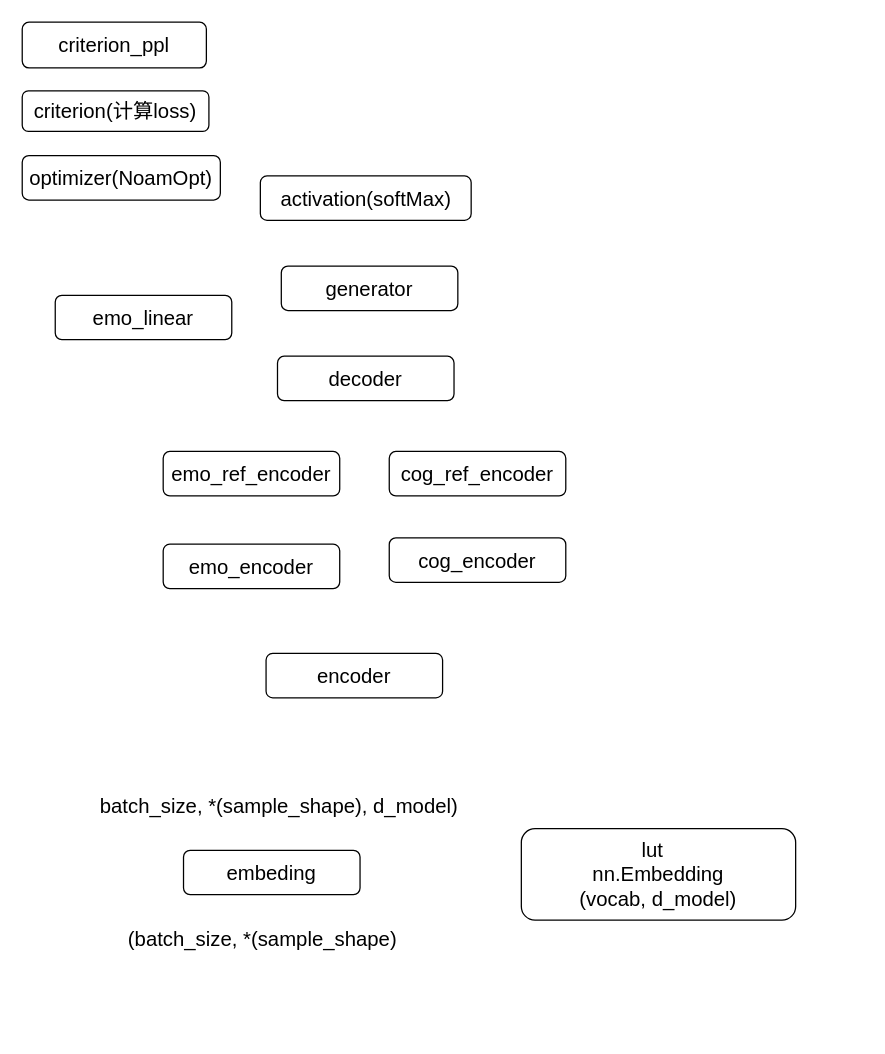
Earlier version of the draw.io diagram CEM.drawio (ShizhongP/dl-notes). Source tidied: cells renumbered, new cells numbered last; positions are measured from the earlier drawing's top-left corner, leaving out a move shared by most shapes. Both pictures are drawn from the tidied source at 127%, with x=0, y=0 at pixel (22, 22).
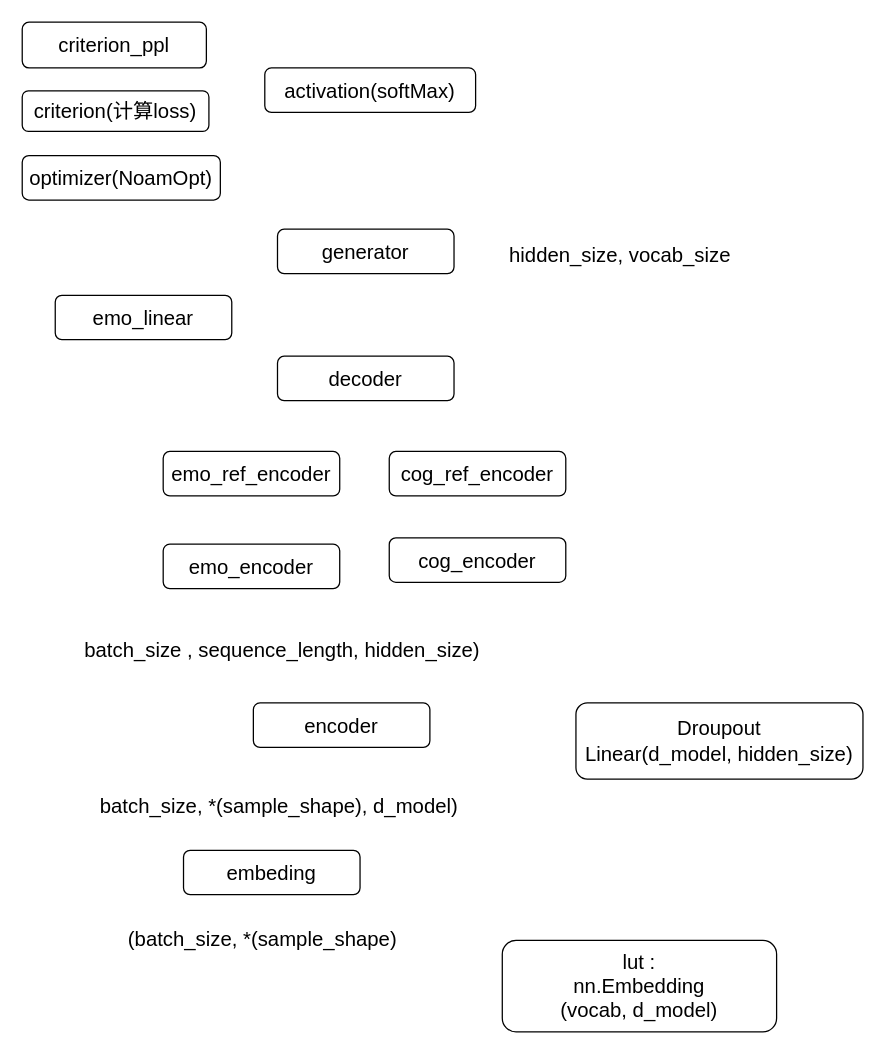
The same page after the edit.

What changed in the source:
```diff
@@
     <mxCell id="3" value="encoder" style="rounded=1;whiteSpace=wrap;html=1;fontSize=16;" parent="1" vertex="1">
-      <mxGeometry x="192" y="497" width="139" height="35" as="geometry" />
+      <mxGeometry x="182" y="536" width="139" height="35" as="geometry" />
     </mxCell>
@@
     <mxCell id="10" value="generator" style="rounded=1;whiteSpace=wrap;html=1;fontSize=16;" parent="1" vertex="1">
-      <mxGeometry x="204" y="192" width="139" height="35" as="geometry" />
+      <mxGeometry x="201" y="163" width="139" height="35" as="geometry" />
     </mxCell>
     <mxCell id="11" value="activation(softMax)" style="rounded=1;whiteSpace=wrap;html=1;fontSize=16;" parent="1" vertex="1">
-      <mxGeometry x="187.5" y="121" width="166" height="35" as="geometry" />
+      <mxGeometry x="191" y="36" width="166" height="35" as="geometry" />
     </mxCell>
@@
-    <mxCell id="15" value="lut&amp;nbsp;&amp;nbsp;&lt;br&gt;nn.Embedding&lt;br&gt;(vocab, d_model)" style="rounded=1;whiteSpace=wrap;html=1;fontSize=16;" parent="1" vertex="1">
-      <mxGeometry x="393" y="635" width="216" height="72" as="geometry" />
+    <mxCell id="15" value="lut :&lt;br&gt;nn.Embedding&lt;br&gt;(vocab, d_model)" style="rounded=1;whiteSpace=wrap;html=1;fontSize=16;" parent="1" vertex="1">
+      <mxGeometry x="378" y="723" width="216" height="72" as="geometry" />
     </mxCell>
@@
+    <mxCell id="18" value="batch_size , sequence_length, hidden_size)" style="text;html=1;strokeColor=none;fillColor=none;align=center;verticalAlign=middle;whiteSpace=wrap;rounded=0;fontSize=16;" parent="1" vertex="1">
+      <mxGeometry x="32" y="479" width="346" height="30" as="geometry" />
+    </mxCell>
+    <mxCell id="19" value="Droupout&lt;br&gt;Linear(d_model, hidden_size)" style="rounded=1;whiteSpace=wrap;html=1;fontSize=16;" parent="1" vertex="1">
+      <mxGeometry x="436" y="536" width="226" height="60" as="geometry" />
+    </mxCell>
+    <mxCell id="20" value="hidden_size, vocab_size" style="text;html=1;strokeColor=none;fillColor=none;align=center;verticalAlign=middle;whiteSpace=wrap;rounded=0;fontSize=16;" parent="1" vertex="1">
+      <mxGeometry x="373" y="168" width="196" height="30" as="geometry" />
+    </mxCell>
```
